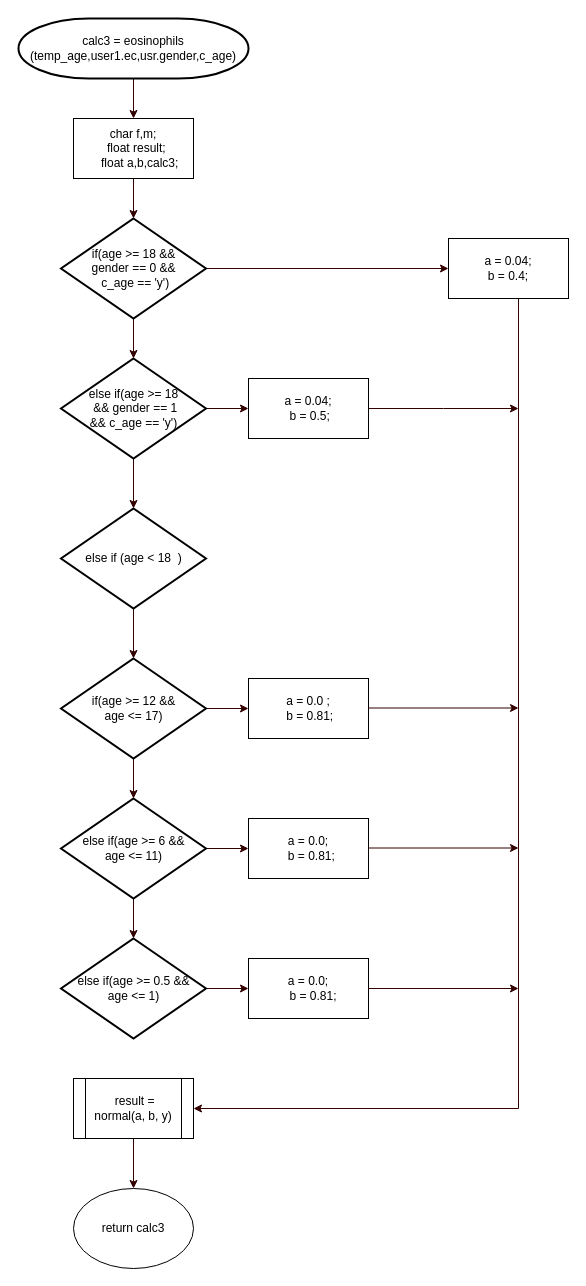
osamu296/anemia-risk-detector-cdio keeps this draw.io diagram as page "calc3" (9 of 21) of Untitled Diagram.drawio. Above is the earlier version. Source tidied: cells renumbered, new cells numbered last; positions are measured from the earlier drawing's top-left corner, leaving out a move shared by most shapes. Both pictures are drawn from the tidied source at 100%, with x=0, y=0 at pixel (18, 18).
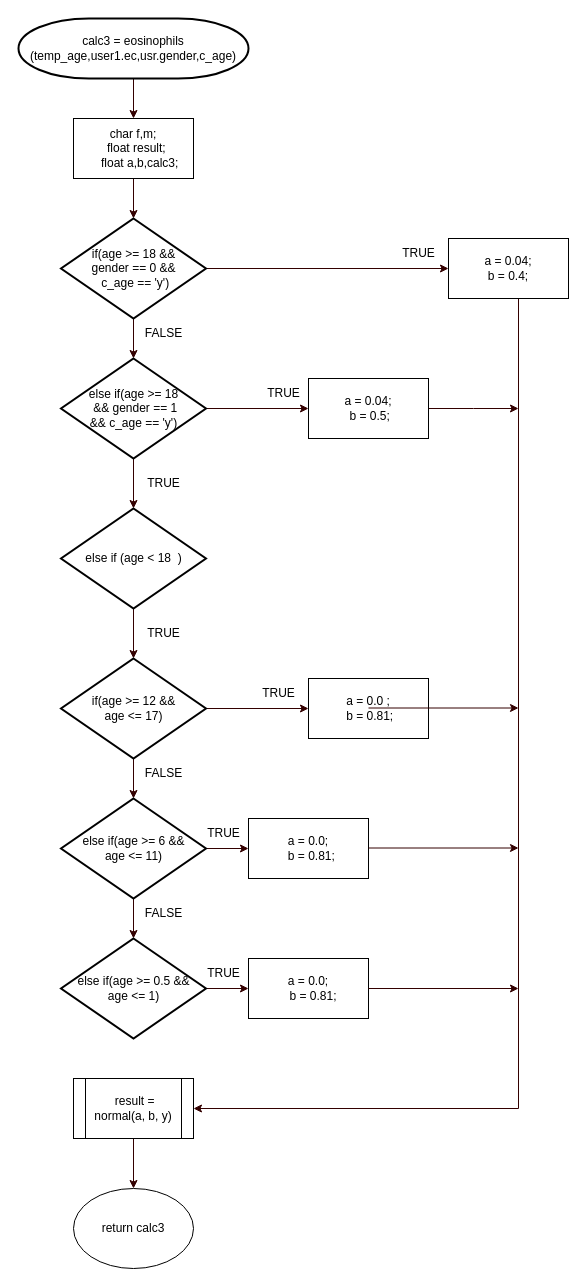
The same page after the edit.

What changed in the source:
```diff
@@
     <mxCell id="19" value="&lt;div&gt;a = 0.0 ;&lt;/div&gt;&lt;div&gt;&amp;nbsp;b = 0.81;&lt;/div&gt;" style="whiteSpace=wrap;html=1;rounded=0;strokeColor=default;fontFamily=Helvetica;fontSize=12;fontColor=default;fillColor=default;" parent="1" vertex="1">
-      <mxGeometry x="230" y="660" width="120" height="60" as="geometry" />
+      <mxGeometry x="290" y="660" width="120" height="60" as="geometry" />
     </mxCell>
@@
     <mxCell id="31" value="&lt;div&gt;a = 0.04;&lt;/div&gt;&lt;div&gt;&lt;span style=&quot;background-color: initial;&quot;&gt;&amp;nbsp;b = 0.5;&lt;/span&gt;&lt;/div&gt;" style="whiteSpace=wrap;html=1;rounded=0;strokeColor=default;fontFamily=Helvetica;fontSize=12;fontColor=default;fillColor=default;" parent="1" vertex="1">
-      <mxGeometry x="230" y="360" width="120" height="60" as="geometry" />
+      <mxGeometry x="290" y="360" width="120" height="60" as="geometry" />
     </mxCell>
@@
+    <mxCell id="35" value="TRUE" style="text;html=1;align=center;verticalAlign=middle;strokeColor=none;fillColor=none;fontSize=12;fontFamily=Helvetica;fontColor=default;" parent="1" vertex="1">
+      <mxGeometry x="175" y="940" width="60" height="30" as="geometry" />
+    </mxCell>
+    <mxCell id="36" value="TRUE" style="text;html=1;align=center;verticalAlign=middle;strokeColor=none;fillColor=none;fontSize=12;fontFamily=Helvetica;fontColor=default;" parent="1" vertex="1">
+      <mxGeometry x="370" y="220" width="60" height="30" as="geometry" />
+    </mxCell>
+    <mxCell id="37" value="FALSE" style="text;html=1;align=center;verticalAlign=middle;strokeColor=none;fillColor=none;fontSize=12;fontFamily=Helvetica;fontColor=default;" parent="1" vertex="1">
+      <mxGeometry x="115" y="300" width="60" height="30" as="geometry" />
+    </mxCell>
+    <mxCell id="38" value="TRUE" style="text;html=1;align=center;verticalAlign=middle;strokeColor=none;fillColor=none;fontSize=12;fontFamily=Helvetica;fontColor=default;" parent="1" vertex="1">
+      <mxGeometry x="235" y="360" width="60" height="30" as="geometry" />
+    </mxCell>
+    <mxCell id="39" value="TRUE" style="text;html=1;align=center;verticalAlign=middle;strokeColor=none;fillColor=none;fontSize=12;fontFamily=Helvetica;fontColor=default;" parent="1" vertex="1">
+      <mxGeometry x="115" y="450" width="60" height="30" as="geometry" />
+    </mxCell>
+    <mxCell id="40" value="TRUE" style="text;html=1;align=center;verticalAlign=middle;strokeColor=none;fillColor=none;fontSize=12;fontFamily=Helvetica;fontColor=default;" parent="1" vertex="1">
+      <mxGeometry x="115" y="600" width="60" height="30" as="geometry" />
+    </mxCell>
+    <mxCell id="41" value="TRUE" style="text;html=1;align=center;verticalAlign=middle;strokeColor=none;fillColor=none;fontSize=12;fontFamily=Helvetica;fontColor=default;" parent="1" vertex="1">
+      <mxGeometry x="230" y="660" width="60" height="30" as="geometry" />
+    </mxCell>
+    <mxCell id="42" value="FALSE" style="text;html=1;align=center;verticalAlign=middle;strokeColor=none;fillColor=none;fontSize=12;fontFamily=Helvetica;fontColor=default;" parent="1" vertex="1">
+      <mxGeometry x="115" y="740" width="60" height="30" as="geometry" />
+    </mxCell>
+    <mxCell id="43" value="TRUE" style="text;html=1;align=center;verticalAlign=middle;strokeColor=none;fillColor=none;fontSize=12;fontFamily=Helvetica;fontColor=default;" parent="1" vertex="1">
+      <mxGeometry x="175" y="800" width="60" height="30" as="geometry" />
+    </mxCell>
+    <mxCell id="44" value="FALSE" style="text;html=1;align=center;verticalAlign=middle;strokeColor=none;fillColor=none;fontSize=12;fontFamily=Helvetica;fontColor=default;" parent="1" vertex="1">
+      <mxGeometry x="115" y="880" width="60" height="30" as="geometry" />
+    </mxCell>
```
